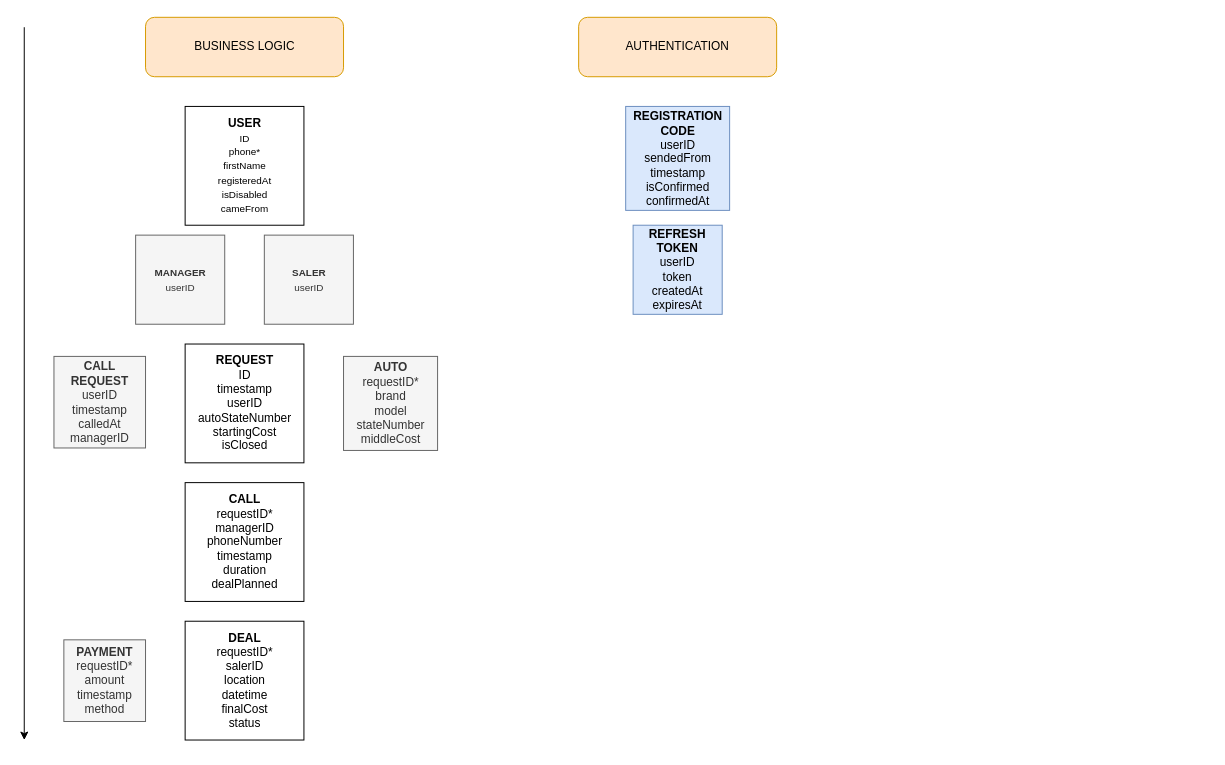
Dahaka1/GetAuto keeps this draw.io diagram as static/AppDiagram.drawio. Above is the earlier version. Source tidied: cells renumbered, new cells numbered last; positions are measured from the earlier drawing's top-left corner, leaving out a move shared by most shapes. Both pictures are drawn from the tidied source at 99%, with x=0, y=0 at pixel (24, 17).
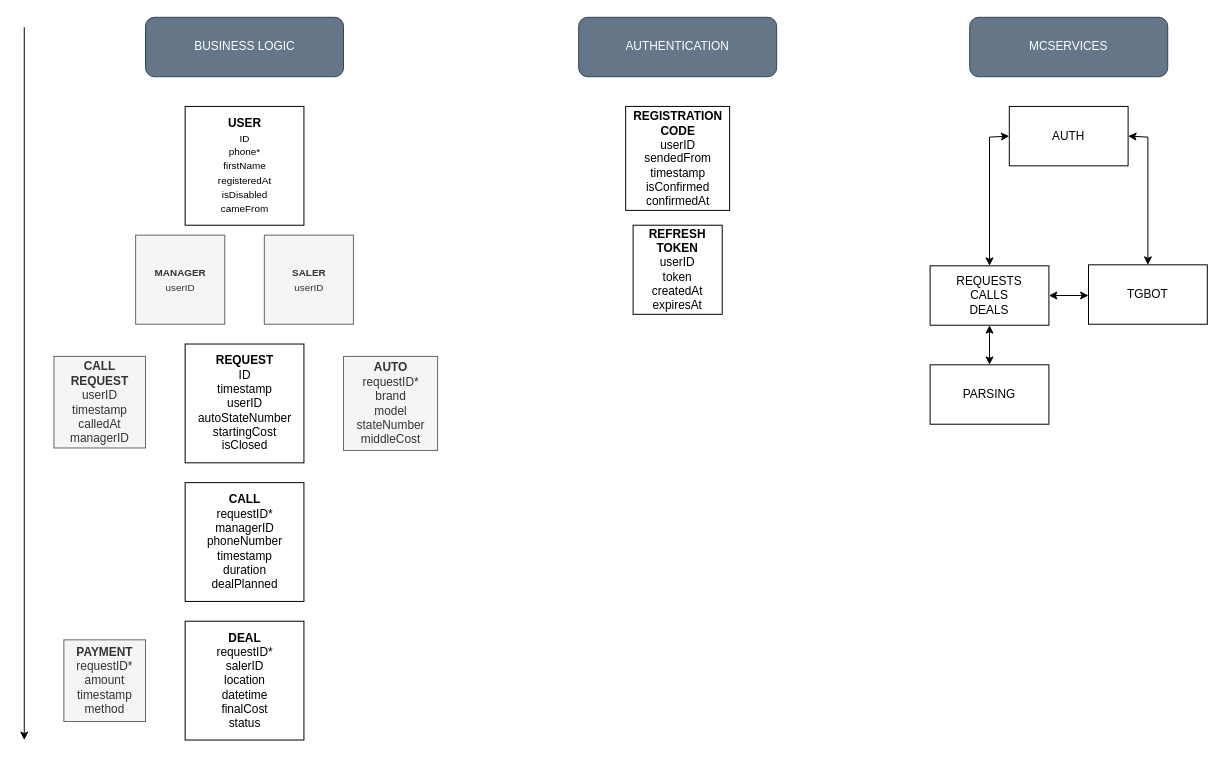
Above is the later version.

Commit message (it also covers changes not shown here):
update: mcs arch

What changed in the source:
```diff
@@
-    <mxCell id="10" value="BUSINESS LOGIC" style="rounded=1;whiteSpace=wrap;html=1;fillColor=#ffe6cc;strokeColor=#d79b00;" parent="1" vertex="1">
+    <mxCell id="10" value="BUSINESS LOGIC" style="rounded=1;whiteSpace=wrap;html=1;fillColor=#647687;strokeColor=#314354;fontColor=#ffffff;" parent="1" vertex="1">
       <mxGeometry x="122.5" width="200" height="60" as="geometry" />
     </mxCell>
@@
-    <mxCell id="12" value="&lt;b&gt;REGISTRATION&lt;/b&gt;&lt;br&gt;&lt;b&gt;CODE&lt;/b&gt;&lt;br&gt;userID&lt;br&gt;sendedFrom&lt;br&gt;timestamp&lt;br&gt;isConfirmed&lt;br&gt;confirmedAt" style="whiteSpace=wrap;html=1;fillColor=#dae8fc;strokeColor=#6c8ebf;" parent="1" vertex="1">
+    <mxCell id="12" value="&lt;b&gt;REGISTRATION&lt;/b&gt;&lt;br&gt;&lt;b&gt;CODE&lt;/b&gt;&lt;br&gt;userID&lt;br&gt;sendedFrom&lt;br&gt;timestamp&lt;br&gt;isConfirmed&lt;br&gt;confirmedAt" style="whiteSpace=wrap;html=1;" parent="1" vertex="1">
       <mxGeometry x="607.5" y="90" width="105" height="105" as="geometry" />
     </mxCell>
-    <mxCell id="13" value="&lt;b&gt;REFRESH&lt;/b&gt;&lt;br&gt;&lt;b&gt;TOKEN&lt;/b&gt;&lt;br&gt;userID&lt;br&gt;token&lt;br&gt;createdAt&lt;br&gt;expiresAt" style="whiteSpace=wrap;html=1;fillColor=#dae8fc;strokeColor=#6c8ebf;" parent="1" vertex="1">
+    <mxCell id="13" value="&lt;b&gt;REFRESH&lt;/b&gt;&lt;br&gt;&lt;b&gt;TOKEN&lt;/b&gt;&lt;br&gt;userID&lt;br&gt;token&lt;br&gt;createdAt&lt;br&gt;expiresAt" style="whiteSpace=wrap;html=1;" parent="1" vertex="1">
       <mxGeometry x="615" y="210" width="90" height="90" as="geometry" />
     </mxCell>
-    <mxCell id="14" value="AUTHENTICATION" style="rounded=1;whiteSpace=wrap;html=1;fillColor=#ffe6cc;strokeColor=#d79b00;" parent="1" vertex="1">
+    <mxCell id="14" value="AUTHENTICATION" style="rounded=1;whiteSpace=wrap;html=1;fillColor=#647687;strokeColor=#314354;fontColor=#ffffff;" parent="1" vertex="1">
       <mxGeometry x="560" width="200" height="60" as="geometry" />
     </mxCell>
@@
+    <mxCell id="16" value="MCSERVICES" style="rounded=1;whiteSpace=wrap;html=1;fillColor=#647687;strokeColor=#314354;fontColor=#ffffff;" parent="1" vertex="1">
+      <mxGeometry x="955" width="200" height="60" as="geometry" />
+    </mxCell>
+    <mxCell id="17" value="REQUESTS&lt;br&gt;CALLS&lt;br&gt;DEALS" style="rounded=0;whiteSpace=wrap;html=1;" parent="1" vertex="1">
+      <mxGeometry x="915" y="251" width="120" height="60" as="geometry" />
+    </mxCell>
+    <mxCell id="18" value="PARSING" style="rounded=0;whiteSpace=wrap;html=1;" parent="1" vertex="1">
+      <mxGeometry x="915" y="351" width="120" height="60" as="geometry" />
+    </mxCell>
+    <mxCell id="19" value="TGBOT" style="rounded=0;whiteSpace=wrap;html=1;" parent="1" vertex="1">
+      <mxGeometry x="1075" y="250" width="120" height="60" as="geometry" />
+    </mxCell>
+    <mxCell id="20" value="AUTH" style="rounded=0;whiteSpace=wrap;html=1;" parent="1" vertex="1">
+      <mxGeometry x="995" y="90" width="120" height="60" as="geometry" />
+    </mxCell>
+    <mxCell id="21" style="endArrow=classic;startArrow=classic;html=1;rounded=0;entryX=0.5;entryY=0;entryDx=0;entryDy=0;exitX=1;exitY=0.5;exitDx=0;exitDy=0;" parent="1" edge="1" source="20" target="19">
+      <mxGeometry relative="1" as="geometry">
+        <Array as="points">
+          <mxPoint x="1135" y="121" />
+        </Array>
+      </mxGeometry>
+    </mxCell>
+    <mxCell id="22" style="endArrow=classic;startArrow=classic;html=1;rounded=0;exitX=0.5;exitY=0;exitDx=0;exitDy=0;entryX=0;entryY=0.5;entryDx=0;entryDy=0;" parent="1" edge="1" source="17" target="20">
+      <mxGeometry relative="1" as="geometry">
+        <Array as="points">
+          <mxPoint x="975" y="121" />
+        </Array>
+      </mxGeometry>
+    </mxCell>
+    <mxCell id="23" style="endArrow=classic;startArrow=classic;html=1;rounded=0;entryX=0.5;entryY=1;entryDx=0;entryDy=0;exitX=0.5;exitY=0;exitDx=0;exitDy=0;" parent="1" edge="1" source="18" target="17">
+      <mxGeometry relative="1" as="geometry" />
+    </mxCell>
+    <mxCell id="24" style="endArrow=classic;startArrow=classic;html=1;rounded=0;exitX=1;exitY=0.5;exitDx=0;exitDy=0;" parent="1" edge="1" source="17">
+      <mxGeometry relative="1" as="geometry">
+        <mxPoint x="1075" y="281" as="targetPoint" />
+      </mxGeometry>
+    </mxCell>
```
